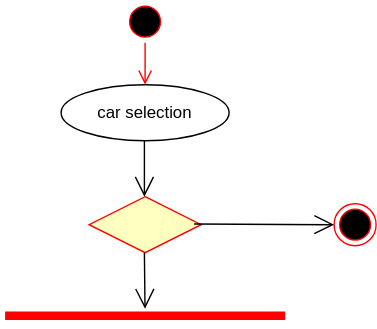
Before: yukariBusinessModel.drawio.svg, a diagram exported from draw.io (ivondrak/SWE2025). Source tidied: cells renumbered, new cells last; positions are measured from the earlier drawing's top-left corner, leaving out a move shared by most shapes.
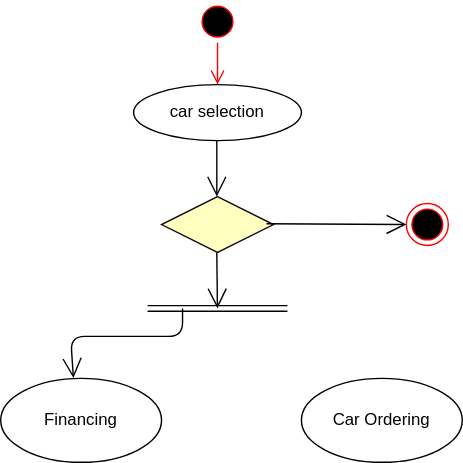
Later version of the same file.

Change to the diagram source:
```diff
@@ -19,7 +19,7 @@
         <mxPoint x="99.5" y="140" as="targetPoint" />
       </mxGeometry>
     </mxCell>
-    <mxCell id="6" style="rhombus;whiteSpace=wrap;html=1;fontColor=#000000;fillColor=#ffffc0;strokeColor=#ff0000;" parent="1" vertex="1">
+    <mxCell id="6" style="rhombus;whiteSpace=wrap;html=1;fontColor=#000000;fillColor=#ffffc0;strokeColor=light-dark(#0d0d0d, #ff9090);" parent="1" vertex="1">
       <mxGeometry x="60" y="140" width="80" height="40" as="geometry" />
     </mxCell>
     <mxCell id="7" style="ellipse;html=1;shape=endState;fillColor=#000000;strokeColor=#ff0000;" parent="1" vertex="1">
@@ -31,18 +31,38 @@
         <mxPoint x="235" y="160" as="targetPoint" />
       </mxGeometry>
     </mxCell>
-    <mxCell id="9" style="endArrow=open;endFill=1;endSize=12;html=1;" parent="1" edge="1" source="11">
+    <mxCell id="9" style="endArrow=open;endFill=1;endSize=12;html=1;" parent="1" edge="1">
       <mxGeometry relative="1" as="geometry">
+        <mxPoint x="99.5" y="220" as="sourcePoint" />
         <mxPoint x="99.5" y="220" as="targetPoint" />
       </mxGeometry>
     </mxCell>
-    <mxCell id="10" style="endArrow=open;endFill=1;endSize=12;html=1;" parent="1" edge="1" target="11">
+    <mxCell id="10" style="endArrow=open;endFill=1;endSize=12;html=1;" parent="1" edge="1">
       <mxGeometry relative="1" as="geometry">
         <mxPoint x="99.5" y="180" as="sourcePoint" />
+        <mxPoint x="99.9" y="220" as="targetPoint" />
       </mxGeometry>
     </mxCell>
-    <mxCell id="11" style="shape=line;html=1;strokeWidth=6;strokeColor=#ff0000;" parent="1" vertex="1">
-      <mxGeometry y="220" width="200" height="10" as="geometry" />
-    </mxCell>
+    <mxCell id="12" style="shape=link;html=1;" parent="1" edge="1">
+      <mxGeometry relative="1" as="geometry">
+        <mxPoint x="50" y="220" as="sourcePoint" />
+        <mxPoint x="150" y="220" as="targetPoint" />
+      </mxGeometry>
+    </mxCell>
+    <mxCell id="13" value="Financing" style="ellipse;whiteSpace=wrap;html=1;" parent="1" vertex="1">
+      <mxGeometry x="-55" y="270" width="115" height="60" as="geometry" />
+    </mxCell>
+    <mxCell id="14" value="Car Ordering" style="ellipse;whiteSpace=wrap;html=1;" parent="1" vertex="1">
+      <mxGeometry x="160" y="270" width="115" height="60" as="geometry" />
+    </mxCell>
+    <mxCell id="15" style="endArrow=open;endFill=1;endSize=12;html=1;entryX=0.452;entryY=-0.003;entryDx=0;entryDy=0;entryPerimeter=0;" parent="1" edge="1" target="13">
+      <mxGeometry relative="1" as="geometry">
+        <mxPoint x="75" y="220" as="sourcePoint" />
+        <Array as="points">
+          <mxPoint x="75" y="240" />
+          <mxPoint x="-5" y="240" />
+        </Array>
+      </mxGeometry>
+    </mxCell>
   </root>
 </mxGraphModel>
```
